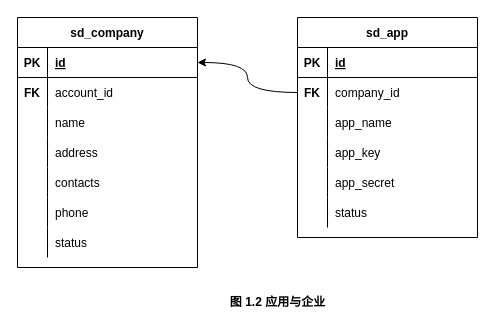
This is page "20220929131020" (6 of 11) of src/work/wyjz/service_directory/db_design_20220930.drawio from ab-doc/draw.io, a draw.io file, before an edit. Source tidied: cells renumbered, new cells numbered last; positions are measured from the earlier drawing's top-left corner, leaving out a move shared by most shapes. Both pictures are drawn from the tidied source at 100%, with x=0, y=0 at pixel (17, 17).
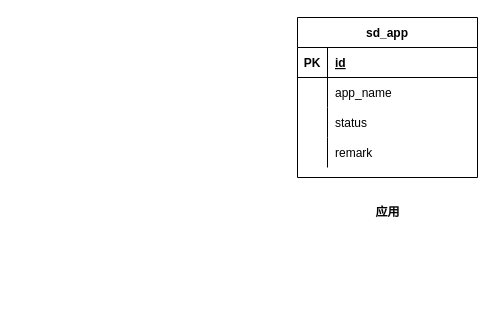
The same page after the edit.

What changed in the source:
```diff
@@
-    <mxCell id="2" style="edgeStyle=orthogonalEdgeStyle;rounded=0;jettySize=auto;html=1;startArrow=classic;startFill=1;endArrow=none;endFill=0;exitX=1;exitY=0.5;exitDx=0;exitDy=0;curved=1;" parent="1" edge="1" source="4" target="30">
-      <mxGeometry relative="1" as="geometry" />
-    </mxCell>
-    <mxCell id="3" value="sd_company" style="shape=table;startSize=30;childLayout=tableLayout;rowLines=0;fontStyle=1;align=center;" parent="1" vertex="1">
-      <mxGeometry width="180" height="250" as="geometry" />
-    </mxCell>
-    <mxCell id="4" style="shape=tableRow;horizontal=0;startSize=0;swimlaneHead=0;swimlaneBody=0;fillColor=none;points=[[0,0.5],[1,0.5]];portConstraint=eastwest;top=0;left=0;right=0;bottom=1;" parent="3" vertex="1">
-      <mxGeometry y="30" width="180" height="30" as="geometry" />
-    </mxCell>
-    <mxCell id="5" value="PK" style="shape=partialRectangle;fillColor=none;top=0;left=0;bottom=0;right=0;fontStyle=1;overflow=hidden;" parent="4" vertex="1">
-      <mxGeometry width="30" height="30" as="geometry" />
-    </mxCell>
-    <mxCell id="6" value="id" style="shape=partialRectangle;fillColor=none;top=0;left=0;bottom=0;right=0;align=left;spacingLeft=6;fontStyle=5;overflow=hidden;" parent="4" vertex="1">
-      <mxGeometry x="30" width="150" height="30" as="geometry" />
-    </mxCell>
-    <mxCell id="7" style="shape=tableRow;horizontal=0;startSize=0;swimlaneHead=0;swimlaneBody=0;fillColor=none;top=0;left=0;right=0;bottom=0;" parent="3" vertex="1">
-      <mxGeometry y="60" width="180" height="30" as="geometry" />
-    </mxCell>
-    <mxCell id="8" value="FK" style="shape=partialRectangle;fillColor=none;top=0;left=0;bottom=0;right=0;overflow=hidden;fontStyle=1;" parent="7" vertex="1">
-      <mxGeometry width="30" height="30" as="geometry" />
-    </mxCell>
-    <mxCell id="9" value="account_id" style="shape=partialRectangle;fillColor=none;top=0;left=0;bottom=0;right=0;align=left;spacingLeft=6;overflow=hidden;" parent="7" vertex="1">
-      <mxGeometry x="30" width="150" height="30" as="geometry" />
-    </mxCell>
-    <mxCell id="10" style="shape=tableRow;horizontal=0;startSize=0;swimlaneHead=0;swimlaneBody=0;fillColor=none;top=0;left=0;right=0;bottom=0;" parent="3" vertex="1">
-      <mxGeometry y="90" width="180" height="30" as="geometry" />
-    </mxCell>
-    <mxCell id="11" style="shape=partialRectangle;fillColor=none;top=0;left=0;bottom=0;right=0;overflow=hidden;" parent="10" vertex="1">
-      <mxGeometry width="30" height="30" as="geometry" />
-    </mxCell>
-    <mxCell id="12" value="name" style="shape=partialRectangle;fillColor=none;top=0;left=0;bottom=0;right=0;align=left;spacingLeft=6;overflow=hidden;" parent="10" vertex="1">
-      <mxGeometry x="30" width="150" height="30" as="geometry" />
-    </mxCell>
-    <mxCell id="13" style="shape=tableRow;horizontal=0;startSize=0;swimlaneHead=0;swimlaneBody=0;fillColor=none;top=0;left=0;right=0;bottom=0;" parent="3" vertex="1">
-      <mxGeometry y="120" width="180" height="30" as="geometry" />
-    </mxCell>
-    <mxCell id="14" style="shape=partialRectangle;fillColor=none;top=0;left=0;bottom=0;right=0;overflow=hidden;" parent="13" vertex="1">
-      <mxGeometry width="30" height="30" as="geometry" />
-    </mxCell>
-    <mxCell id="15" value="address" style="shape=partialRectangle;fillColor=none;top=0;left=0;bottom=0;right=0;align=left;spacingLeft=6;overflow=hidden;" parent="13" vertex="1">
-      <mxGeometry x="30" width="150" height="30" as="geometry" />
-    </mxCell>
-    <mxCell id="16" style="shape=tableRow;horizontal=0;startSize=0;swimlaneHead=0;swimlaneBody=0;fillColor=none;top=0;left=0;right=0;bottom=0;" parent="3" vertex="1">
-      <mxGeometry y="150" width="180" height="30" as="geometry" />
-    </mxCell>
-    <mxCell id="17" style="shape=partialRectangle;fillColor=none;top=0;left=0;bottom=0;right=0;overflow=hidden;" parent="16" vertex="1">
-      <mxGeometry width="30" height="30" as="geometry" />
-    </mxCell>
-    <mxCell id="18" value="contacts" style="shape=partialRectangle;fillColor=none;top=0;left=0;bottom=0;right=0;align=left;spacingLeft=6;overflow=hidden;" parent="16" vertex="1">
-      <mxGeometry x="30" width="150" height="30" as="geometry" />
-    </mxCell>
-    <mxCell id="19" style="shape=tableRow;horizontal=0;startSize=0;swimlaneHead=0;swimlaneBody=0;fillColor=none;top=0;left=0;right=0;bottom=0;" parent="3" vertex="1">
-      <mxGeometry y="180" width="180" height="30" as="geometry" />
-    </mxCell>
-    <mxCell id="20" style="shape=partialRectangle;fillColor=none;top=0;left=0;bottom=0;right=0;overflow=hidden;" parent="19" vertex="1">
-      <mxGeometry width="30" height="30" as="geometry" />
-    </mxCell>
-    <mxCell id="21" value="phone" style="shape=partialRectangle;fillColor=none;top=0;left=0;bottom=0;right=0;align=left;spacingLeft=6;overflow=hidden;" parent="19" vertex="1">
-      <mxGeometry x="30" width="150" height="30" as="geometry" />
-    </mxCell>
-    <mxCell id="22" style="shape=tableRow;horizontal=0;startSize=0;swimlaneHead=0;swimlaneBody=0;fillColor=none;top=0;left=0;right=0;bottom=0;" parent="3" vertex="1">
-      <mxGeometry y="210" width="180" height="30" as="geometry" />
-    </mxCell>
-    <mxCell id="23" style="shape=partialRectangle;fillColor=none;top=0;left=0;bottom=0;right=0;overflow=hidden;" parent="22" vertex="1">
-      <mxGeometry width="30" height="30" as="geometry" />
-    </mxCell>
-    <mxCell id="24" value="status" style="shape=partialRectangle;fillColor=none;top=0;left=0;bottom=0;right=0;align=left;spacingLeft=6;overflow=hidden;" parent="22" vertex="1">
-      <mxGeometry x="30" width="150" height="30" as="geometry" />
-    </mxCell>
-    <mxCell id="25" value="&lt;b&gt;图 1.2 应用与企业&lt;/b&gt;" style="text;html=1;align=center;verticalAlign=middle;strokeColor=none;fillColor=none;" parent="1" vertex="1">
-      <mxGeometry x="200" y="270" width="120" height="30" as="geometry" />
-    </mxCell>
     <mxCell id="26" value="sd_app" style="shape=table;startSize=30;childLayout=tableLayout;rowLines=0;fontStyle=1;align=center;" parent="1" vertex="1">
-      <mxGeometry x="280" width="180" height="220" as="geometry" />
+      <mxGeometry x="280" width="180" height="160" as="geometry" />
     </mxCell>
@@
-    <mxCell id="30" style="shape=tableRow;horizontal=0;startSize=0;swimlaneHead=0;swimlaneBody=0;fillColor=none;points=[[0,0.5],[1,0.5]];portConstraint=eastwest;top=0;left=0;right=0;bottom=0;" parent="26" vertex="1">
-      <mxGeometry y="60" width="180" height="30" as="geometry" />
-    </mxCell>
-    <mxCell id="31" value="FK" style="shape=partialRectangle;fillColor=none;top=0;left=0;bottom=0;right=0;overflow=hidden;fontStyle=1;" parent="30" vertex="1">
-      <mxGeometry width="30" height="30" as="geometry" />
-    </mxCell>
-    <mxCell id="32" value="company_id" style="shape=partialRectangle;fillColor=none;top=0;left=0;bottom=0;right=0;align=left;spacingLeft=6;overflow=hidden;" parent="30" vertex="1">
-      <mxGeometry x="30" width="150" height="30" as="geometry" />
-    </mxCell>
     <mxCell id="33" style="shape=tableRow;horizontal=0;startSize=0;swimlaneHead=0;swimlaneBody=0;fillColor=none;top=0;left=0;right=0;bottom=0;" parent="26" vertex="1">
-      <mxGeometry y="90" width="180" height="30" as="geometry" />
+      <mxGeometry y="60" width="180" height="30" as="geometry" />
     </mxCell>
@@
-    <mxCell id="36" style="shape=tableRow;horizontal=0;startSize=0;swimlaneHead=0;swimlaneBody=0;fillColor=none;top=0;left=0;right=0;bottom=0;" parent="26" vertex="1">
-      <mxGeometry y="120" width="180" height="30" as="geometry" />
-    </mxCell>
-    <mxCell id="37" style="shape=partialRectangle;fillColor=none;top=0;left=0;bottom=0;right=0;overflow=hidden;" parent="36" vertex="1">
-      <mxGeometry width="30" height="30" as="geometry" />
-    </mxCell>
-    <mxCell id="38" value="app_key" style="shape=partialRectangle;fillColor=none;top=0;left=0;bottom=0;right=0;align=left;spacingLeft=6;overflow=hidden;" parent="36" vertex="1">
-      <mxGeometry x="30" width="150" height="30" as="geometry" />
-    </mxCell>
+    <mxCell id="42" style="shape=tableRow;horizontal=0;startSize=0;swimlaneHead=0;swimlaneBody=0;fillColor=none;top=0;left=0;right=0;bottom=0;" parent="26" vertex="1">
+      <mxGeometry y="90" width="180" height="30" as="geometry" />
+    </mxCell>
+    <mxCell id="43" style="shape=partialRectangle;fillColor=none;top=0;left=0;bottom=0;right=0;overflow=hidden;" parent="42" vertex="1">
+      <mxGeometry width="30" height="30" as="geometry" />
+    </mxCell>
+    <mxCell id="44" value="status" style="shape=partialRectangle;fillColor=none;top=0;left=0;bottom=0;right=0;align=left;spacingLeft=6;overflow=hidden;" parent="42" vertex="1">
+      <mxGeometry x="30" width="150" height="30" as="geometry" />
+    </mxCell>
     <mxCell id="39" style="shape=tableRow;horizontal=0;startSize=0;swimlaneHead=0;swimlaneBody=0;fillColor=none;top=0;left=0;right=0;bottom=0;" parent="26" vertex="1">
-      <mxGeometry y="150" width="180" height="30" as="geometry" />
+      <mxGeometry y="120" width="180" height="30" as="geometry" />
     </mxCell>
@@
-    <mxCell id="41" value="app_secret" style="shape=partialRectangle;fillColor=none;top=0;left=0;bottom=0;right=0;align=left;spacingLeft=6;overflow=hidden;" parent="39" vertex="1">
+    <mxCell id="41" value="remark" style="shape=partialRectangle;fillColor=none;top=0;left=0;bottom=0;right=0;align=left;spacingLeft=6;overflow=hidden;" parent="39" vertex="1">
       <mxGeometry x="30" width="150" height="30" as="geometry" />
     </mxCell>
-    <mxCell id="42" style="shape=tableRow;horizontal=0;startSize=0;swimlaneHead=0;swimlaneBody=0;fillColor=none;top=0;left=0;right=0;bottom=0;" parent="26" vertex="1">
-      <mxGeometry y="180" width="180" height="30" as="geometry" />
-    </mxCell>
-    <mxCell id="43" style="shape=partialRectangle;fillColor=none;top=0;left=0;bottom=0;right=0;overflow=hidden;" parent="42" vertex="1">
-      <mxGeometry width="30" height="30" as="geometry" />
-    </mxCell>
-    <mxCell id="44" value="status" style="shape=partialRectangle;fillColor=none;top=0;left=0;bottom=0;right=0;align=left;spacingLeft=6;overflow=hidden;" parent="42" vertex="1">
-      <mxGeometry x="30" width="150" height="30" as="geometry" />
-    </mxCell>
+    <mxCell id="45" value="&lt;b&gt;应用&lt;/b&gt;" style="text;html=1;align=center;verticalAlign=middle;strokeColor=none;fillColor=none;" parent="1" vertex="1">
+      <mxGeometry x="345" y="180" width="50" height="30" as="geometry" />
+    </mxCell>
```
